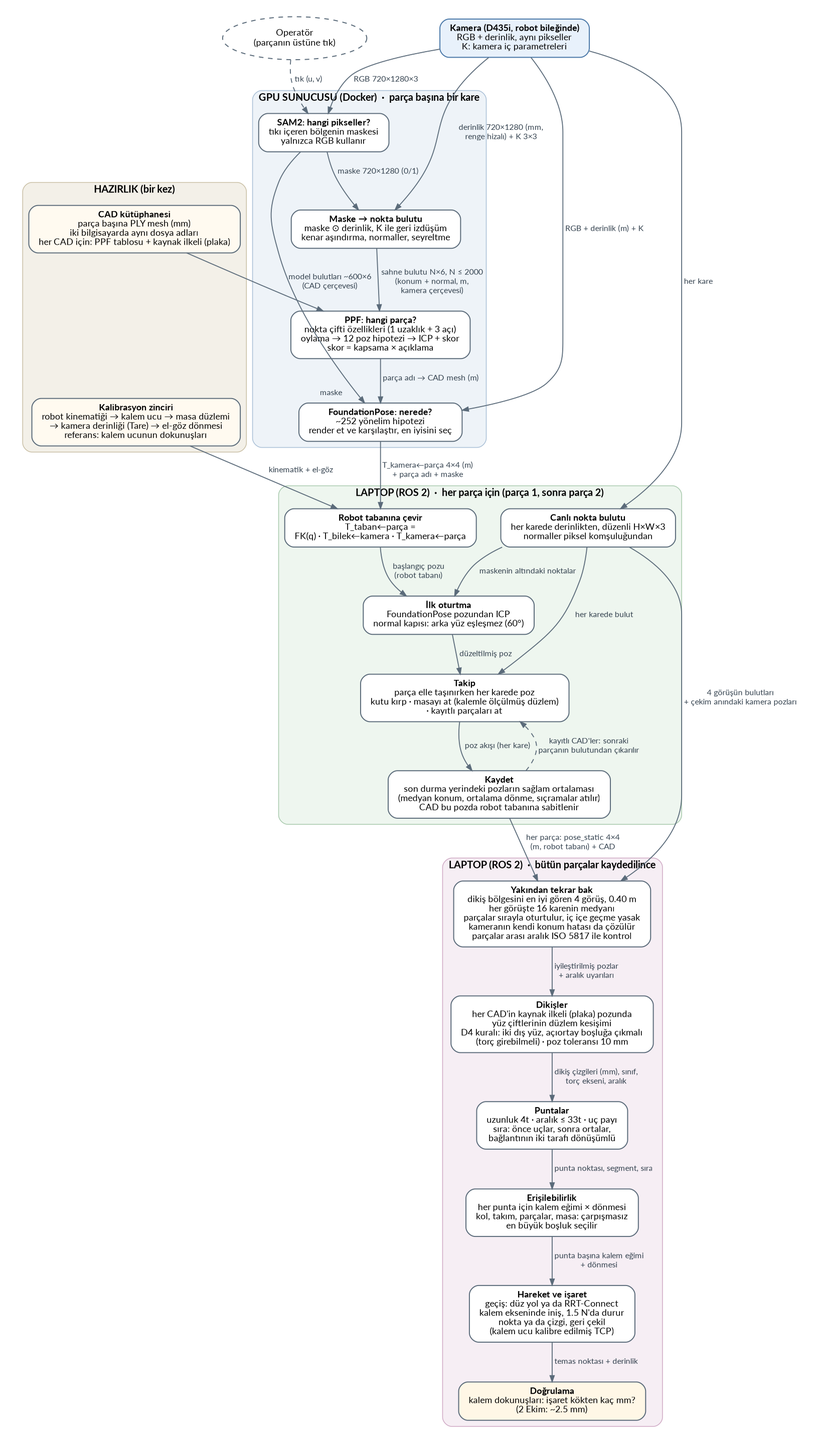
This is ros2_ws/src/admittance_control/notes/pipeline_map.png from amnessa/welding_cell_ws, a Graphviz export, as it was before one commit. Its source is kept beside it as ros2_ws/src/admittance_control/notes/pipeline_map.dot. The source it was exported from:
```dot
digraph pipeline {
  graph [rankdir=TB, fontname="Lato", fontsize=13, nodesep=0.45, ranksep=0.55,
         newrank=true, compound=true, bgcolor="white", pad=0.3];
  node  [shape=box, style="rounded,filled", fontname="Lato", fontsize=12,
         color="#5b6b7a", fillcolor="#ffffff", penwidth=1.3, margin="0.18,0.10"];
  edge  [fontname="Lato", fontsize=10.5, color="#5b6b7a", fontcolor="#33414e",
         penwidth=1.2, arrowsize=0.8];

  subgraph cluster_prep {
    label=<<b>HAZIRLIK (bir kez)</b>>; style="rounded,filled"; fillcolor="#f3f0e8"; color="#c9bfa5";
    CAD [fillcolor="#fffaf0", label=<<b>CAD kütüphanesi</b><br/>parça başına PLY mesh (mm)<br/>iki bilgisayarda aynı dosya adları<br/>her CAD için: PPF tablosu + kaynak ilkeli (plaka)>];
    KAL [fillcolor="#fffaf0", label=<<b>Kalibrasyon zinciri</b><br/>robot kinematiği → kalem ucu → masa düzlemi<br/>→ kamera derinliği (Tare) → el-göz dönmesi<br/>referans: kalem ucunun dokunuşları>];
  }

  CAM [fillcolor="#e8f1fb", color="#4a78a8", label=<<b>Kamera (D435i, robot bileğinde)</b><br/>RGB + derinlik, aynı pikseller<br/>K: kamera iç parametreleri>];
  OP  [shape=ellipse, fillcolor="#ffffff", style="filled,dashed", label="Operatör\n(parçanın üstüne tık)"];

  subgraph cluster_server {
    label=<<b>GPU SUNUCUSU (Docker)  ·  parça başına bir kare</b>>; style="rounded,filled"; fillcolor="#eef3f8"; color="#a9bfd6";
    SAM   [label=<<b>SAM2: hangi pikseller?</b><br/>tıkı içeren bölgenin maskesi<br/>yalnızca RGB kullanır>];
    CLOUD [label=<<b>Maske → nokta bulutu</b><br/>maske ⊙ derinlik, K ile geri izdüşüm<br/>kenar aşındırma, normaller, seyreltme>];
    PPF   [label=<<b>PPF: hangi parça?</b><br/>nokta çifti özellikleri (1 uzaklık + 3 açı)<br/>oylama → 12 poz hipotezi → ICP + skor<br/>skor = kapsama × açıklama>];
    FP    [label=<<b>FoundationPose: nerede?</b><br/>~252 yönelim hipotezi<br/>render et ve karşılaştır, en iyisini seç>];
  }

  subgraph cluster_part {
    label=<<b>LAPTOP (ROS 2)  ·  her parça için (parça 1, sonra parça 2)</b>>; style="rounded,filled"; fillcolor="#eef6ef"; color="#a8c9ad";
    LIVE  [label=<<b>Canlı nokta bulutu</b><br/>her karede derinlikten, düzenli H×W×3<br/>normaller piksel komşuluğundan>];
    BASE  [label=<<b>Robot tabanına çevir</b><br/>T_taban←parça =<br/>FK(q) · T_bilek←kamera · T_kamera←parça>];
    ICP1  [label=<<b>İlk oturtma</b><br/>FoundationPose pozundan ICP<br/>normal kapısı: arka yüz eşleşmez (60°)>];
    TRACK [label=<<b>Takip</b><br/>parça elle taşınırken her karede poz<br/>kutu kırp · masayı at (kalemle ölçülmüş düzlem)<br/>· kayıtlı parçaları at>];
    SAVE  [label=<<b>Kaydet</b><br/>son durma yerindeki pozların sağlam ortalaması<br/>(medyan konum, ortalama dönme, sıçramalar atılır)<br/>CAD bu pozda robot tabanına sabitlenir>];
  }

  subgraph cluster_asm {
    label=<<b>LAPTOP (ROS 2)  ·  bütün parçalar kaydedilince</b>>; style="rounded,filled"; fillcolor="#f6eef4"; color="#cfa9c4";
    MV    [label=<<b>Yakından tekrar bak</b><br/>dikiş bölgesini en iyi gören 4 görüş, 0.40 m<br/>her görüşte 16 karenin medyanı<br/>parçalar sırayla oturtulur, iç içe geçme yasak<br/>kameranın kendi konum hatası da çözülür<br/>parçalar arası aralık ISO 5817 ile kontrol>];
    SEAM  [label=<<b>Dikişler</b><br/>her CAD'in kaynak ilkeli (plaka) pozunda<br/>yüz çiftlerinin düzlem kesişimi<br/>D4 kuralı: iki dış yüz, açıortay boşluğa çıkmalı<br/>(torç girebilmeli) · poz toleransı 10 mm>];
    TACK  [label=<<b>Puntalar</b><br/>uzunluk 4t · aralık ≤ 33t · uç payı<br/>sıra: önce uçlar, sonra ortalar,<br/>bağlantının iki tarafı dönüşümlü>];
    REACH [label=<<b>Erişilebilirlik</b><br/>her punta için kalem eğimi × dönmesi<br/>kol, takım, parçalar, masa: çarpışmasız<br/>en büyük boşluk seçilir>];
    MOVE  [label=<<b>Hareket ve işaret</b><br/>geçiş: düz yol ya da RRT-Connect<br/>kalem ekseninde iniş, 1.5 N'da durur<br/>nokta ya da çizgi, geri çekil<br/>(kalem ucu kalibre edilmiş TCP)>];
    CHECK [fillcolor="#fff7e6", label=<<b>Doğrulama</b><br/>kalem dokunuşları: işaret kökten kaç mm?<br/>(2 Ekim: ~2.5 mm)>];
  }

  OP    -> SAM   [label=" tık (u, v)", style=dashed];
  CAM   -> SAM   [label=" RGB 720×1280×3"];
  CAM   -> CLOUD [label=" derinlik 720×1280 (mm,\n renge hizalı) + K 3×3"];
  SAM   -> CLOUD [label=" maske 720×1280 (0/1)"];
  CLOUD -> PPF   [label=" sahne bulutu N×6, N ≤ 2000\n (konum + normal, m,\n kamera çerçevesi)"];
  CAD   -> PPF   [label=" model bulutları ~600×6\n (CAD çerçevesi)"];
  PPF   -> FP    [label=" parça adı → CAD mesh (m)"];
  SAM   -> FP    [headlabel="maske", labeldistance=4.5, labelangle=35];
  CAM   -> FP    [label=" RGB + derinlik (m) + K"];

  FP    -> BASE  [label=" T_kamera←parça 4×4 (m)\n + parça adı + maske"];
  KAL   -> BASE  [label=" kinematik + el-göz"];
  CAM   -> LIVE  [label=" her kare"];
  BASE  -> ICP1  [label=" başlangıç pozu\n (robot tabanı)"];
  LIVE  -> ICP1  [label=" maskenin altındaki noktalar"];
  ICP1  -> TRACK [label=" düzeltilmiş poz"];
  LIVE  -> TRACK [label=" her karede bulut"];
  TRACK -> SAVE  [label=" poz akışı (her kare)"];
  SAVE  -> TRACK [label=" kayıtlı CAD'ler: sonraki\n parçanın bulutundan çıkarılır", style=dashed, constraint=false];

  SAVE  -> MV    [label=" her parça: pose_static 4×4\n (m, robot tabanı) + CAD"];
  LIVE  -> MV    [label=" 4 görüşün bulutları\n + çekim anındaki kamera pozları"];
  MV    -> SEAM  [label=" iyileştirilmiş pozlar\n + aralık uyarıları"];
  SEAM  -> TACK  [label=" dikiş çizgileri (mm), sınıf,\n torç ekseni, aralık"];
  TACK  -> REACH [label=" punta noktası, segment, sıra"];
  REACH -> MOVE  [label=" punta başına kalem eğimi\n + dönmesi"];
  MOVE  -> CHECK [label=" temas noktası + derinlik"];
}
```
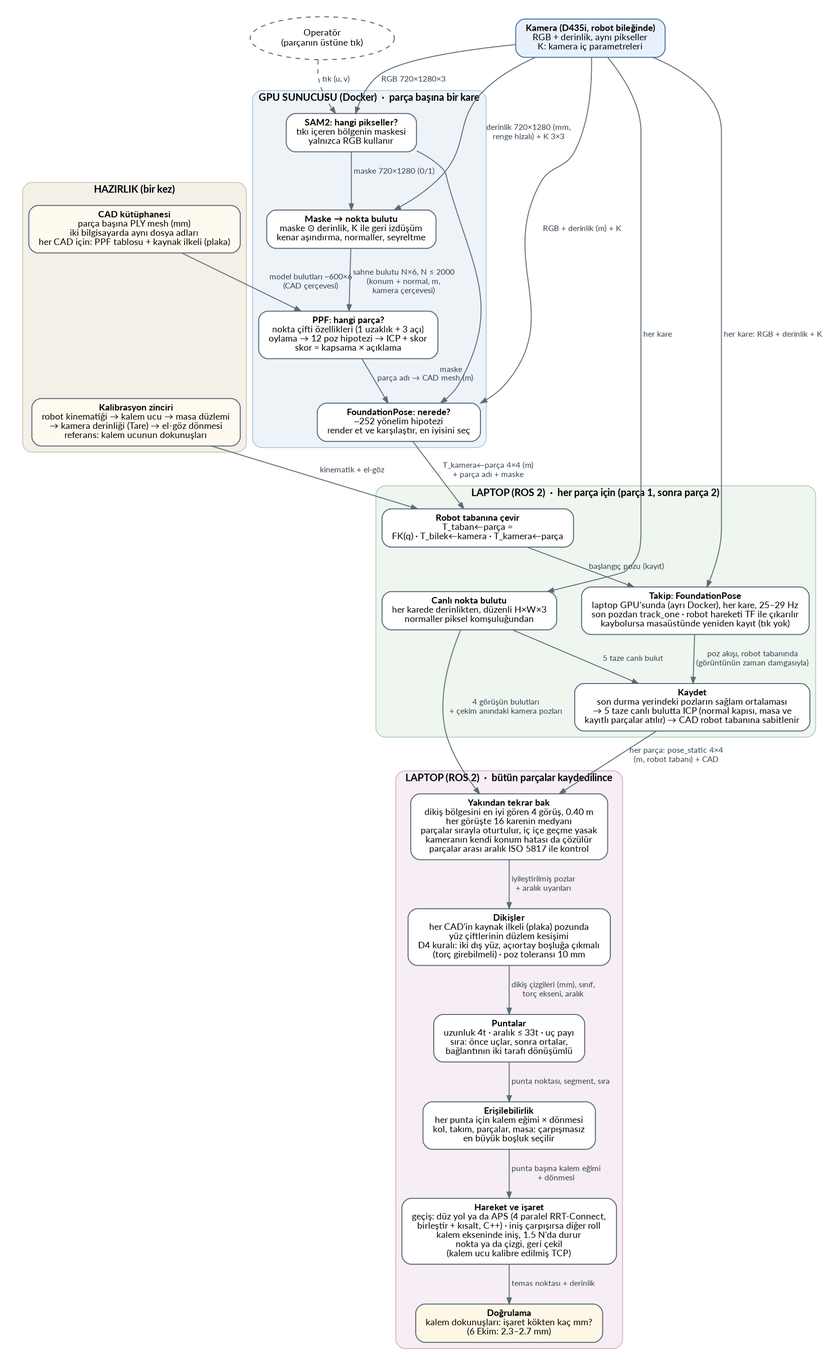
After the commit.

Change to the diagram source:
```diff
@@ -27,9 +27,8 @@
     label=<<b>LAPTOP (ROS 2)  ·  her parça için (parça 1, sonra parça 2)</b>>; style="rounded,filled"; fillcolor="#eef6ef"; color="#a8c9ad";
     LIVE  [label=<<b>Canlı nokta bulutu</b><br/>her karede derinlikten, düzenli H×W×3<br/>normaller piksel komşuluğundan>];
     BASE  [label=<<b>Robot tabanına çevir</b><br/>T_taban←parça =<br/>FK(q) · T_bilek←kamera · T_kamera←parça>];
-    ICP1  [label=<<b>İlk oturtma</b><br/>FoundationPose pozundan ICP<br/>normal kapısı: arka yüz eşleşmez (60°)>];
-    TRACK [label=<<b>Takip</b><br/>parça elle taşınırken her karede poz<br/>kutu kırp · masayı at (kalemle ölçülmüş düzlem)<br/>· kayıtlı parçaları at>];
-    SAVE  [label=<<b>Kaydet</b><br/>son durma yerindeki pozların sağlam ortalaması<br/>(medyan konum, ortalama dönme, sıçramalar atılır)<br/>CAD bu pozda robot tabanına sabitlenir>];
+    TRACK [label=<<b>Takip: FoundationPose</b><br/>laptop GPU'sunda (ayrı Docker), her kare, 25–29 Hz<br/>son pozdan track_one · robot hareketi TF ile çıkarılır<br/>kaybolursa masaüstünde yeniden kayıt (tık yok)>];
+    SAVE  [label=<<b>Kaydet</b><br/>son durma yerindeki pozların sağlam ortalaması<br/>→ 5 taze canlı bulutta ICP (normal kapısı, masa ve<br/>kayıtlı parçalar atılır) → CAD robot tabanına sabitlenir>];
   }
 
   subgraph cluster_asm {
@@ -38,8 +37,8 @@
     SEAM  [label=<<b>Dikişler</b><br/>her CAD'in kaynak ilkeli (plaka) pozunda<br/>yüz çiftlerinin düzlem kesişimi<br/>D4 kuralı: iki dış yüz, açıortay boşluğa çıkmalı<br/>(torç girebilmeli) · poz toleransı 10 mm>];
     TACK  [label=<<b>Puntalar</b><br/>uzunluk 4t · aralık ≤ 33t · uç payı<br/>sıra: önce uçlar, sonra ortalar,<br/>bağlantının iki tarafı dönüşümlü>];
     REACH [label=<<b>Erişilebilirlik</b><br/>her punta için kalem eğimi × dönmesi<br/>kol, takım, parçalar, masa: çarpışmasız<br/>en büyük boşluk seçilir>];
-    MOVE  [label=<<b>Hareket ve işaret</b><br/>geçiş: düz yol ya da RRT-Connect<br/>kalem ekseninde iniş, 1.5 N'da durur<br/>nokta ya da çizgi, geri çekil<br/>(kalem ucu kalibre edilmiş TCP)>];
-    CHECK [fillcolor="#fff7e6", label=<<b>Doğrulama</b><br/>kalem dokunuşları: işaret kökten kaç mm?<br/>(2 Ekim: ~2.5 mm)>];
+    MOVE  [label=<<b>Hareket ve işaret</b><br/>geçiş: düz yol ya da APS (4 paralel RRT-Connect,<br/>birleştir + kısalt, C++) · iniş çarpışırsa diğer roll<br/>kalem ekseninde iniş, 1.5 N'da durur<br/>nokta ya da çizgi, geri çekil<br/>(kalem ucu kalibre edilmiş TCP)>];
+    CHECK [fillcolor="#fff7e6", label=<<b>Doğrulama</b><br/>kalem dokunuşları: işaret kökten kaç mm?<br/>(6 Ekim: 2.3–2.7 mm)>];
   }
 
   OP    -> SAM   [label=" tık (u, v)", style=dashed];
@@ -55,12 +54,10 @@
   FP    -> BASE  [label=" T_kamera←parça 4×4 (m)\n + parça adı + maske"];
   KAL   -> BASE  [label=" kinematik + el-göz"];
   CAM   -> LIVE  [label=" her kare"];
-  BASE  -> ICP1  [label=" başlangıç pozu\n (robot tabanı)"];
-  LIVE  -> ICP1  [label=" maskenin altındaki noktalar"];
-  ICP1  -> TRACK [label=" düzeltilmiş poz"];
-  LIVE  -> TRACK [label=" her karede bulut"];
-  TRACK -> SAVE  [label=" poz akışı (her kare)"];
-  SAVE  -> TRACK [label=" kayıtlı CAD'ler: sonraki\n parçanın bulutundan çıkarılır", style=dashed, constraint=false];
+  BASE  -> TRACK [label=" başlangıç pozu (kayıt)"];
+  CAM   -> TRACK [label=" her kare: RGB + derinlik + K"];
+  TRACK -> SAVE  [label=" poz akışı, robot tabanında\n (görüntünün zaman damgasıyla)"];
+  LIVE  -> SAVE  [label=" 5 taze canlı bulut"];
 
   SAVE  -> MV    [label=" her parça: pose_static 4×4\n (m, robot tabanı) + CAD"];
   LIVE  -> MV    [label=" 4 görüşün bulutları\n + çekim anındaki kamera pozları"];
```
